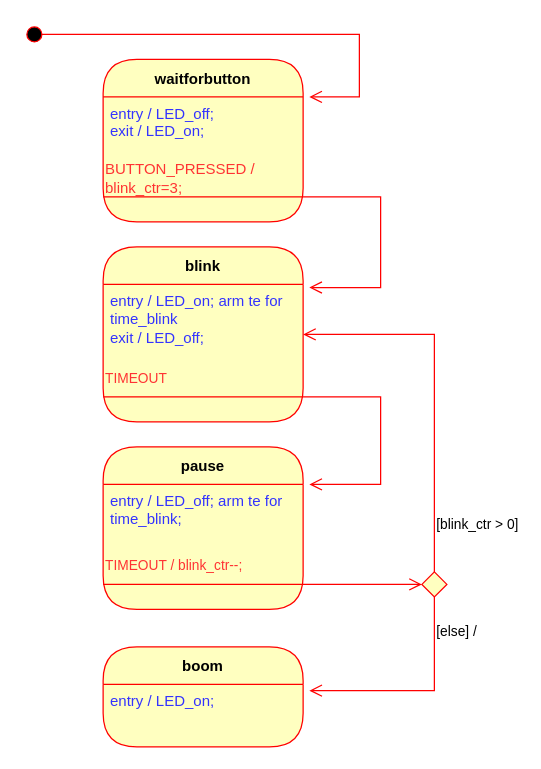
Above: base_practice_ucos2/umlDiagrams/state_machine.drawio in SamWarrick3/QL_embedded_programming (draw.io), before the change. Source tidied: cells renumbered, new cells numbered last; positions are measured from the earlier drawing's top-left corner, leaving out a move shared by most shapes. Both pictures are drawn from the tidied source at 125%, with x=0, y=0 at pixel (21, 21).
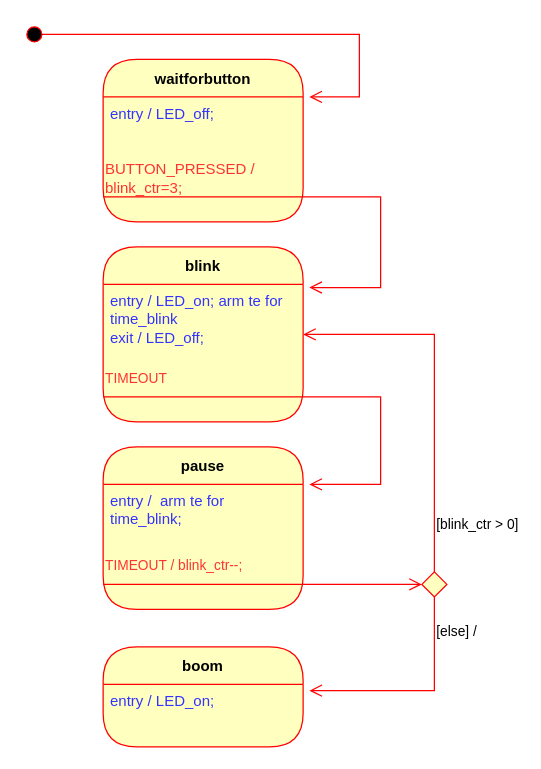
The same page after the edit.

Commit message (it also covers changes not shown here):
Lesson38 state machines part4: state tables and entry exit actions part 2

Diff of the diagram source:
```diff
@@
-    <mxCell id="9" value="entry / LED_off; arm te for time_blink;" style="text;strokeColor=none;fillColor=none;align=left;verticalAlign=top;spacingLeft=4;spacingRight=4;overflow=hidden;whiteSpace=wrap;html=1;fontColor=#3333FF;" parent="1" vertex="1">
+    <mxCell id="9" value="entry /&amp;nbsp; arm te for time_blink;" style="text;strokeColor=none;fillColor=none;align=left;verticalAlign=top;spacingLeft=4;spacingRight=4;overflow=hidden;whiteSpace=wrap;html=1;fontColor=#3333FF;" parent="1" vertex="1">
       <mxGeometry x="65" y="370" width="160" height="50" as="geometry" />
     </mxCell>
@@
-    <mxCell id="12" value="entry / LED_off;&lt;div&gt;exit / LED_on;&lt;/div&gt;" style="text;strokeColor=none;fillColor=none;align=left;verticalAlign=top;spacingLeft=4;spacingRight=4;overflow=hidden;points=[[0,0.5],[1,0.5]];portConstraint=eastwest;whiteSpace=wrap;html=1;fontColor=#3333FF;" parent="1" vertex="1">
+    <mxCell id="12" value="entry / LED_off;" style="text;strokeColor=none;fillColor=none;align=left;verticalAlign=top;spacingLeft=4;spacingRight=4;overflow=hidden;points=[[0,0.5],[1,0.5]];portConstraint=eastwest;whiteSpace=wrap;html=1;fontColor=#3333FF;" parent="1" vertex="1">
       <mxGeometry x="65" y="60" width="160" height="40" as="geometry" />
     </mxCell>
```
